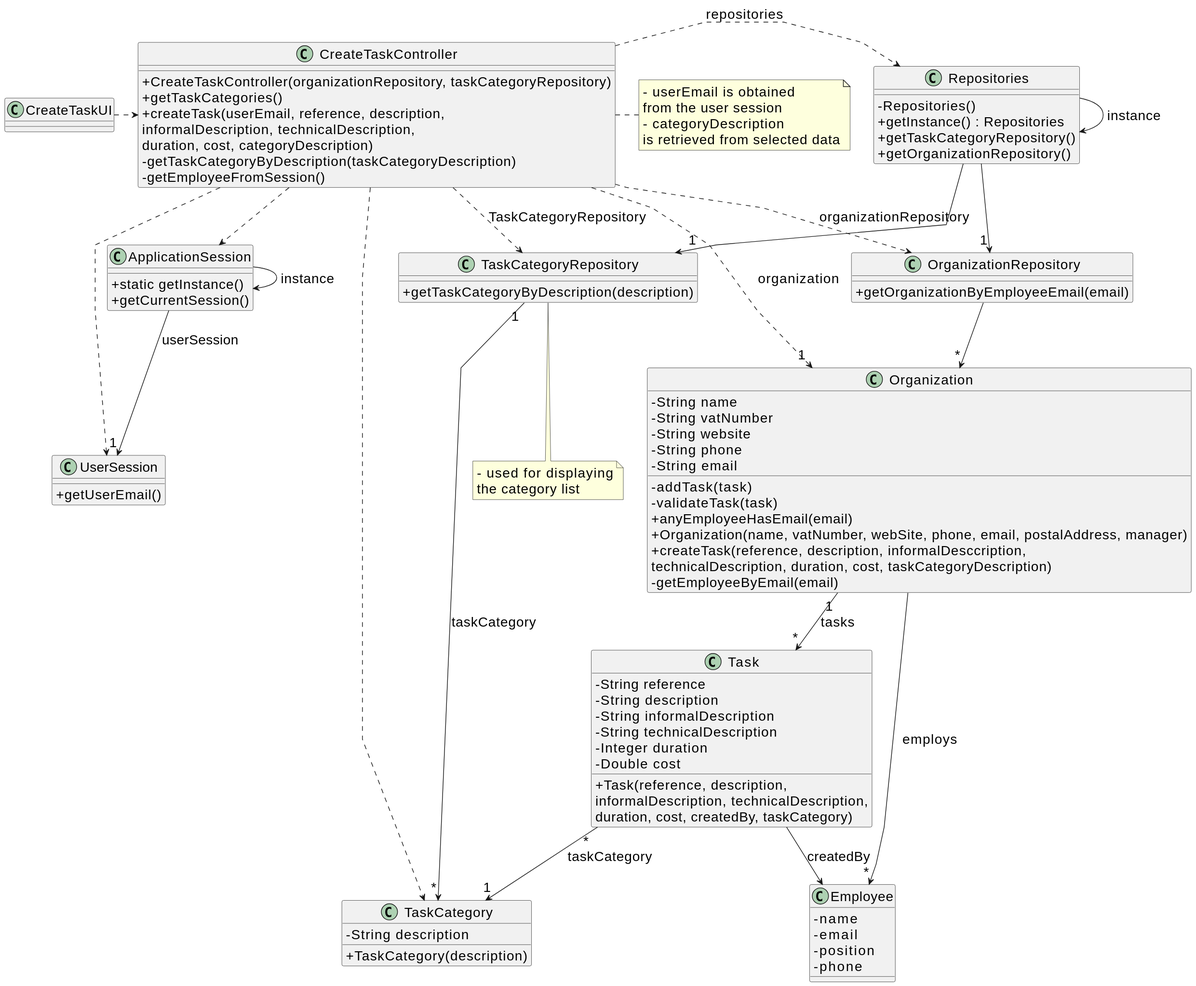
Above: docs/sprintB/us006/03.design/svg/us006-class-diagram.svg in rpedros02/lei-24-s2-1DL-g08 (PlantUML), before the change. Source of this version:
```plantuml
@startuml
skinparamlocked defaultFontSize 20
skinparam packageStyle rectangle
skinparam shadowing false
skinparam linetype polyline

skinparam classAttributeIconSize 0


class ApplicationSession
{
    + static getInstance()
    + getCurrentSession()
}

class UserSession
{
    + getUserEmail()
}

class Employee {
    - name
    - email
    - position
    - phone
}

class Task {
    - String reference
    - String description
    - String informalDescription
    - String technicalDescription
    - Integer duration
    - Double cost

    + Task(reference, description,\ninformalDescription, technicalDescription,\nduration, cost, createdBy, taskCategory)
}

class TaskCategory {
    - String description

    + TaskCategory(description)
}

class Organization {
    - String name
    - String vatNumber
    - String website
    - String phone
    - String email

    - addTask(task)
    - validateTask(task)
    + anyEmployeeHasEmail(email)
    + Organization(name, vatNumber, webSite, phone, email, postalAddress, manager)
    + createTask(reference, description, informalDesccription,\ntechnicalDescription, duration, cost, taskCategoryDescription)
    - getEmployeeByEmail(email)

}

class TaskCategoryRepository {
    + getTaskCategoryByDescription(description)
}

class OrganizationRepository {
    + getOrganizationByEmployeeEmail(email)
}

class Repositories {
    - Repositories()
    + getInstance() : Repositories
    + getTaskCategoryRepository()
    + getOrganizationRepository()
}

class CreateTaskController {
    + CreateTaskController(organizationRepository, taskCategoryRepository)
    + getTaskCategories()
    + createTask(userEmail, reference, description,\ninformalDescription, technicalDescription,\nduration, cost, categoryDescription)
    - getTaskCategoryByDescription(taskCategoryDescription)
    - getEmployeeFromSession()
}

note right of CreateTaskController
    - userEmail is obtained
    from the user session
    - categoryDescription
    is retrieved from selected data
end note

note bottom of TaskCategoryRepository
    - used for displaying
    the category list
end note

class CreateTaskUI {
}

Repositories -> Repositories : instance
ApplicationSession -> ApplicationSession : instance

CreateTaskUI .> CreateTaskController

CreateTaskController .> Repositories : repositories

Repositories -> "1" TaskCategoryRepository

CreateTaskController ..> TaskCategory
CreateTaskController ..> OrganizationRepository : organizationRepository
CreateTaskController ..> TaskCategoryRepository : TaskCategoryRepository

Repositories --> "1" OrganizationRepository

OrganizationRepository --> "*" Organization
ApplicationSession --> "1" UserSession : userSession

CreateTaskController ..> "1" Organization : organization
CreateTaskController ..> ApplicationSession
CreateTaskController ..> UserSession
Task "*" --> "1" TaskCategory : taskCategory
TaskCategoryRepository "1" --> "*" TaskCategory : taskCategory
Organization "1" --> "*" Task : tasks
Task --> Employee : createdBy

Organization --> "*" Employee : employs
@enduml
```
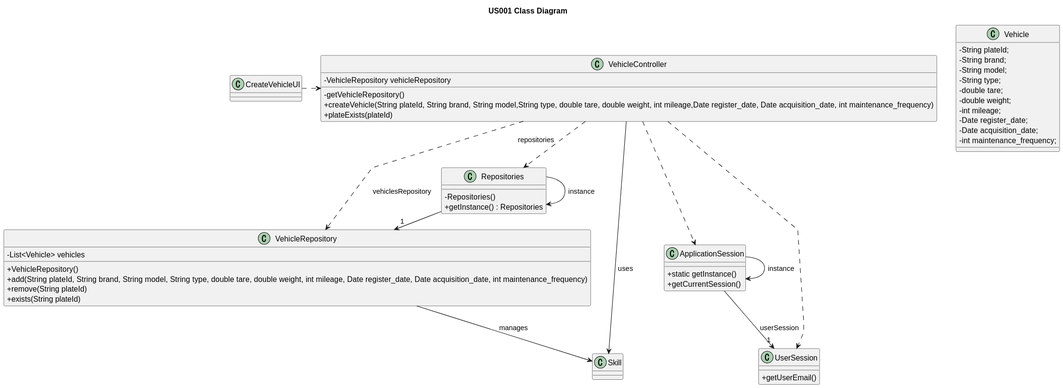
The same file after the commit.

The edit, as a diff of the source:
```diff
@@ -1,8 +1,8 @@
 @startuml
-skinparamlocked defaultFontSize 20
 skinparam packageStyle rectangle
 skinparam shadowing false
 skinparam linetype polyline
+title US001 Class Diagram
 
 skinparam classAttributeIconSize 0
 
@@ -18,109 +18,62 @@
     + getUserEmail()
 }
 
-class Employee {
-    - name
-    - email
-    - position
-    - phone
-}
 
-class Task {
-    - String reference
-    - String description
-    - String informalDescription
-    - String technicalDescription
-    - Integer duration
-    - Double cost
-
-    + Task(reference, description,\ninformalDescription, technicalDescription,\nduration, cost, createdBy, taskCategory)
-}
-
-class TaskCategory {
-    - String description
-
-    + TaskCategory(description)
-}
-
-class Organization {
-    - String name
-    - String vatNumber
-    - String website
-    - String phone
-    - String email
-
-    - addTask(task)
-    - validateTask(task)
-    + anyEmployeeHasEmail(email)
-    + Organization(name, vatNumber, webSite, phone, email, postalAddress, manager)
-    + createTask(reference, description, informalDesccription,\ntechnicalDescription, duration, cost, taskCategoryDescription)
-    - getEmployeeByEmail(email)
+class Vehicle{
+   - String plateId;
+   - String brand;
+   - String model;
+   - String type;
+   - double tare;
+   - double weight;
+   - int mileage;
+   - Date register_date;
+   - Date acquisition_date;
+   - int maintenance_frequency;
 
 }
 
-class TaskCategoryRepository {
-    + getTaskCategoryByDescription(description)
+
+class VehicleRepository {
+    -List<Vehicle> vehicles
+    +VehicleRepository()
+    +add(String plateId, String brand, String model, String type, double tare, double weight, int mileage, Date register_date, Date acquisition_date, int maintenance_frequency)
+    +remove(String plateId)
+    +exists(String plateId)
+
+
 }
 
-class OrganizationRepository {
-    + getOrganizationByEmployeeEmail(email)
-}
 
 class Repositories {
     - Repositories()
     + getInstance() : Repositories
-    + getTaskCategoryRepository()
-    + getOrganizationRepository()
 }
 
-class CreateTaskController {
-    + CreateTaskController(organizationRepository, taskCategoryRepository)
-    + getTaskCategories()
-    + createTask(userEmail, reference, description,\ninformalDescription, technicalDescription,\nduration, cost, categoryDescription)
-    - getTaskCategoryByDescription(taskCategoryDescription)
-    - getEmployeeFromSession()
+class VehicleController {
+    -VehicleRepository vehicleRepository
+    -getVehicleRepository()
+    +createVehicle(String plateId, String brand, String model,String type, double tare, double weight, int mileage,Date register_date, Date acquisition_date, int maintenance_frequency)
+    +plateExists(plateId)
 }
 
-note right of CreateTaskController
-    - userEmail is obtained
-    from the user session
-    - categoryDescription
-    is retrieved from selected data
-end note
-
-note bottom of TaskCategoryRepository
-    - used for displaying
-    the category list
-end note
-
-class CreateTaskUI {
+class CreateVehicleUI {
 }
 
 Repositories -> Repositories : instance
 ApplicationSession -> ApplicationSession : instance
 
-CreateTaskUI .> CreateTaskController
+CreateVehicleUI .> VehicleController
 
-CreateTaskController .> Repositories : repositories
+VehicleController .> Repositories : repositories
 
-Repositories -> "1" TaskCategoryRepository
+Repositories -> "1" VehicleRepository
 
-CreateTaskController ..> TaskCategory
-CreateTaskController ..> OrganizationRepository : organizationRepository
-CreateTaskController ..> TaskCategoryRepository : TaskCategoryRepository
+VehicleController ..> VehicleRepository : vehiclesRepository
 
-Repositories --> "1" OrganizationRepository
-
-OrganizationRepository --> "*" Organization
 ApplicationSession --> "1" UserSession : userSession
-
-CreateTaskController ..> "1" Organization : organization
-CreateTaskController ..> ApplicationSession
-CreateTaskController ..> UserSession
-Task "*" --> "1" TaskCategory : taskCategory
-TaskCategoryRepository "1" --> "*" TaskCategory : taskCategory
-Organization "1" --> "*" Task : tasks
-Task --> Employee : createdBy
-
-Organization --> "*" Employee : employs
+VehicleController ..> ApplicationSession
+VehicleController ..> UserSession
+VehicleController --> Skill : uses
+VehicleRepository --> Skill : manages
 @enduml
```
